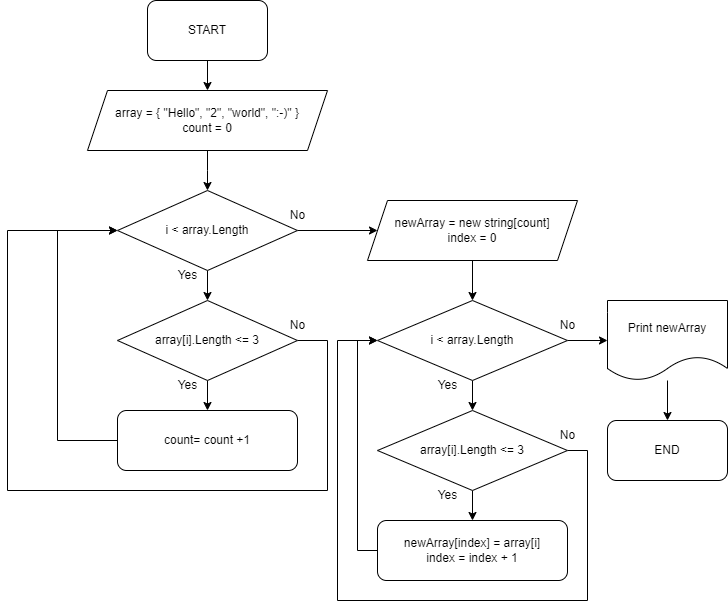
baksheeff/Lesson-8 keeps this draw.io diagram as final-task.png. Above is the earlier version. Source tidied: cells renumbered, new cells last; positions are measured from the earlier drawing's top-left corner, leaving out a move shared by most shapes.
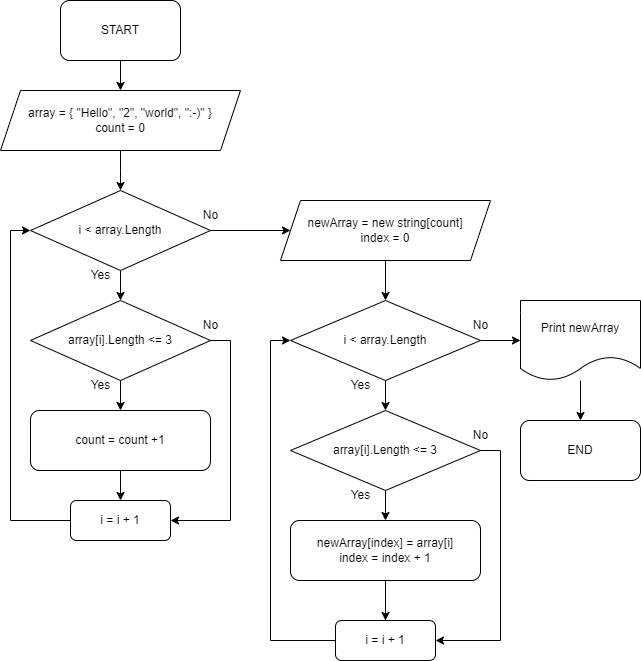
Later version of the same file.

Commit message:
corrected block diagram

Diff of the diagram source:
```diff
@@ -30,28 +30,13 @@
     <mxCell id="9" style="edgeStyle=orthogonalEdgeStyle;rounded=0;jettySize=auto;html=1;" parent="1" edge="1" source="11" target="13">
       <mxGeometry relative="1" as="geometry" />
     </mxCell>
-    <mxCell id="10" style="edgeStyle=orthogonalEdgeStyle;rounded=0;jettySize=auto;html=1;entryX=0;entryY=0.5;entryDx=0;entryDy=0;" parent="1" edge="1" source="11" target="8">
-      <mxGeometry relative="1" as="geometry">
-        <Array as="points">
-          <mxPoint x="320" y="340" />
-          <mxPoint x="320" y="490" />
-          <mxPoint y="490" />
-          <mxPoint y="230" />
-        </Array>
-      </mxGeometry>
-    </mxCell>
     <mxCell id="11" value="array[i].Length &amp;lt;= 3" style="rhombus;whiteSpace=wrap;html=1;" parent="1" vertex="1">
       <mxGeometry x="110" y="300" width="180" height="80" as="geometry" />
     </mxCell>
-    <mxCell id="12" style="edgeStyle=orthogonalEdgeStyle;rounded=0;jettySize=auto;html=1;exitX=0;exitY=0.5;exitDx=0;exitDy=0;entryX=0;entryY=0.5;entryDx=0;entryDy=0;" parent="1" edge="1" source="13" target="8">
-      <mxGeometry relative="1" as="geometry">
-        <Array as="points">
-          <mxPoint x="50" y="440" />
-          <mxPoint x="50" y="230" />
-        </Array>
-      </mxGeometry>
-    </mxCell>
+    <mxCell id="35" style="edgeStyle=orthogonalEdgeStyle;rounded=0;jettySize=auto;html=1;entryX=0.5;entryY=0;entryDx=0;entryDy=0;" parent="1" edge="1" source="13" target="41">
+      <mxGeometry relative="1" as="geometry" />
+    </mxCell>
-    <mxCell id="13" value="count= count +1" style="rounded=1;whiteSpace=wrap;html=1;" parent="1" vertex="1">
+    <mxCell id="13" value="count = count +1" style="rounded=1;whiteSpace=wrap;html=1;" parent="1" vertex="1">
       <mxGeometry x="110" y="410" width="180" height="60" as="geometry" />
     </mxCell>
     <mxCell id="14" value="Yes" style="text;html=1;align=center;verticalAlign=middle;strokeColor=none;fillColor=none;" parent="1" vertex="1">
@@ -63,6 +48,14 @@
     <mxCell id="16" value="No" style="text;html=1;align=center;verticalAlign=middle;strokeColor=none;fillColor=none;" parent="1" vertex="1">
       <mxGeometry x="270" y="200" width="40" height="30" as="geometry" />
     </mxCell>
+    <mxCell id="36" style="edgeStyle=orthogonalEdgeStyle;rounded=0;jettySize=auto;html=1;entryX=1;entryY=0.5;entryDx=0;entryDy=0;exitX=1;exitY=0.5;exitDx=0;exitDy=0;" parent="1" edge="1" source="11" target="41">
+      <mxGeometry relative="1" as="geometry">
+        <Array as="points">
+          <mxPoint x="310" y="340" />
+          <mxPoint x="310" y="520" />
+        </Array>
+      </mxGeometry>
+    </mxCell>
     <mxCell id="17" value="No" style="text;html=1;align=center;verticalAlign=middle;strokeColor=none;fillColor=none;" parent="1" vertex="1">
       <mxGeometry x="270" y="310" width="40" height="30" as="geometry" />
     </mxCell>
@@ -81,19 +74,17 @@
     <mxCell id="22" value="i &amp;lt; array.Length" style="rhombus;whiteSpace=wrap;html=1;" parent="1" vertex="1">
       <mxGeometry x="370" y="300" width="190" height="80" as="geometry" />
     </mxCell>
-    <mxCell id="23" style="edgeStyle=orthogonalEdgeStyle;rounded=0;jettySize=auto;html=1;entryX=0;entryY=0.5;entryDx=0;entryDy=0;" parent="1" edge="1" source="25" target="22">
-      <mxGeometry relative="1" as="geometry">
-        <Array as="points">
-          <mxPoint x="580" y="450" />
-          <mxPoint x="580" y="600" />
-          <mxPoint x="330" y="600" />
-          <mxPoint x="330" y="340" />
-        </Array>
-      </mxGeometry>
-    </mxCell>
     <mxCell id="24" style="edgeStyle=orthogonalEdgeStyle;rounded=0;jettySize=auto;html=1;" parent="1" edge="1" source="25" target="27">
       <mxGeometry relative="1" as="geometry" />
     </mxCell>
+    <mxCell id="37" style="edgeStyle=orthogonalEdgeStyle;rounded=0;jettySize=auto;html=1;entryX=1;entryY=0.5;entryDx=0;entryDy=0;" parent="1" edge="1" source="25" target="39">
+      <mxGeometry relative="1" as="geometry">
+        <Array as="points">
+          <mxPoint x="580" y="450" />
+          <mxPoint x="580" y="640" />
+        </Array>
+      </mxGeometry>
+    </mxCell>
     <mxCell id="25" value="array[i].Length &amp;lt;= 3" style="rhombus;whiteSpace=wrap;html=1;" parent="1" vertex="1">
       <mxGeometry x="370" y="410" width="190" height="80" as="geometry" />
     </mxCell>
@@ -101,11 +92,15 @@
       <mxGeometry relative="1" as="geometry">
         <mxPoint x="370" y="340" as="targetPoint" />
         <Array as="points">
-          <mxPoint x="350" y="550" />
+          <mxPoint x="465" y="640" />
+          <mxPoint x="350" y="640" />
           <mxPoint x="350" y="340" />
         </Array>
       </mxGeometry>
     </mxCell>
+    <mxCell id="38" style="edgeStyle=orthogonalEdgeStyle;rounded=0;jettySize=auto;html=1;entryX=0.5;entryY=0;entryDx=0;entryDy=0;" parent="1" edge="1" source="27" target="39">
+      <mxGeometry relative="1" as="geometry" />
+    </mxCell>
     <mxCell id="27" value="newArray[index] = array[i]&lt;br&gt;index = index + 1" style="rounded=1;whiteSpace=wrap;html=1;" parent="1" vertex="1">
       <mxGeometry x="370" y="520" width="190" height="60" as="geometry" />
     </mxCell>
@@ -118,9 +113,6 @@
     <mxCell id="30" value="No" style="text;html=1;align=center;verticalAlign=middle;strokeColor=none;fillColor=none;" parent="1" vertex="1">
       <mxGeometry x="540" y="310" width="40" height="30" as="geometry" />
     </mxCell>
-    <mxCell id="31" value="No" style="text;html=1;align=center;verticalAlign=middle;strokeColor=none;fillColor=none;" parent="1" vertex="1">
-      <mxGeometry x="540" y="420" width="40" height="30" as="geometry" />
-    </mxCell>
     <mxCell id="32" style="edgeStyle=orthogonalEdgeStyle;rounded=0;jettySize=auto;html=1;entryX=0.5;entryY=0;entryDx=0;entryDy=0;" parent="1" edge="1" source="33" target="34">
       <mxGeometry relative="1" as="geometry" />
     </mxCell>
@@ -130,5 +122,22 @@
     <mxCell id="34" value="END" style="rounded=1;whiteSpace=wrap;html=1;" parent="1" vertex="1">
       <mxGeometry x="600" y="420" width="120" height="60" as="geometry" />
     </mxCell>
+    <mxCell id="39" value="i = i + 1" style="rounded=1;whiteSpace=wrap;html=1;" parent="1" vertex="1">
+      <mxGeometry x="415" y="620" width="100" height="40" as="geometry" />
+    </mxCell>
+    <mxCell id="40" style="edgeStyle=orthogonalEdgeStyle;rounded=0;jettySize=auto;html=1;entryX=0;entryY=0.5;entryDx=0;entryDy=0;" parent="1" edge="1" source="41" target="8">
+      <mxGeometry relative="1" as="geometry">
+        <Array as="points">
+          <mxPoint x="90" y="520" />
+          <mxPoint x="90" y="230" />
+        </Array>
+      </mxGeometry>
+    </mxCell>
+    <mxCell id="41" value="i = i + 1" style="rounded=1;whiteSpace=wrap;html=1;" parent="1" vertex="1">
+      <mxGeometry x="150" y="500" width="100" height="40" as="geometry" />
+    </mxCell>
+    <mxCell id="31" value="No" style="text;html=1;align=center;verticalAlign=middle;strokeColor=none;fillColor=none;" parent="1" vertex="1">
+      <mxGeometry x="540" y="420" width="40" height="30" as="geometry" />
+    </mxCell>
   </root>
 </mxGraphModel>
```
